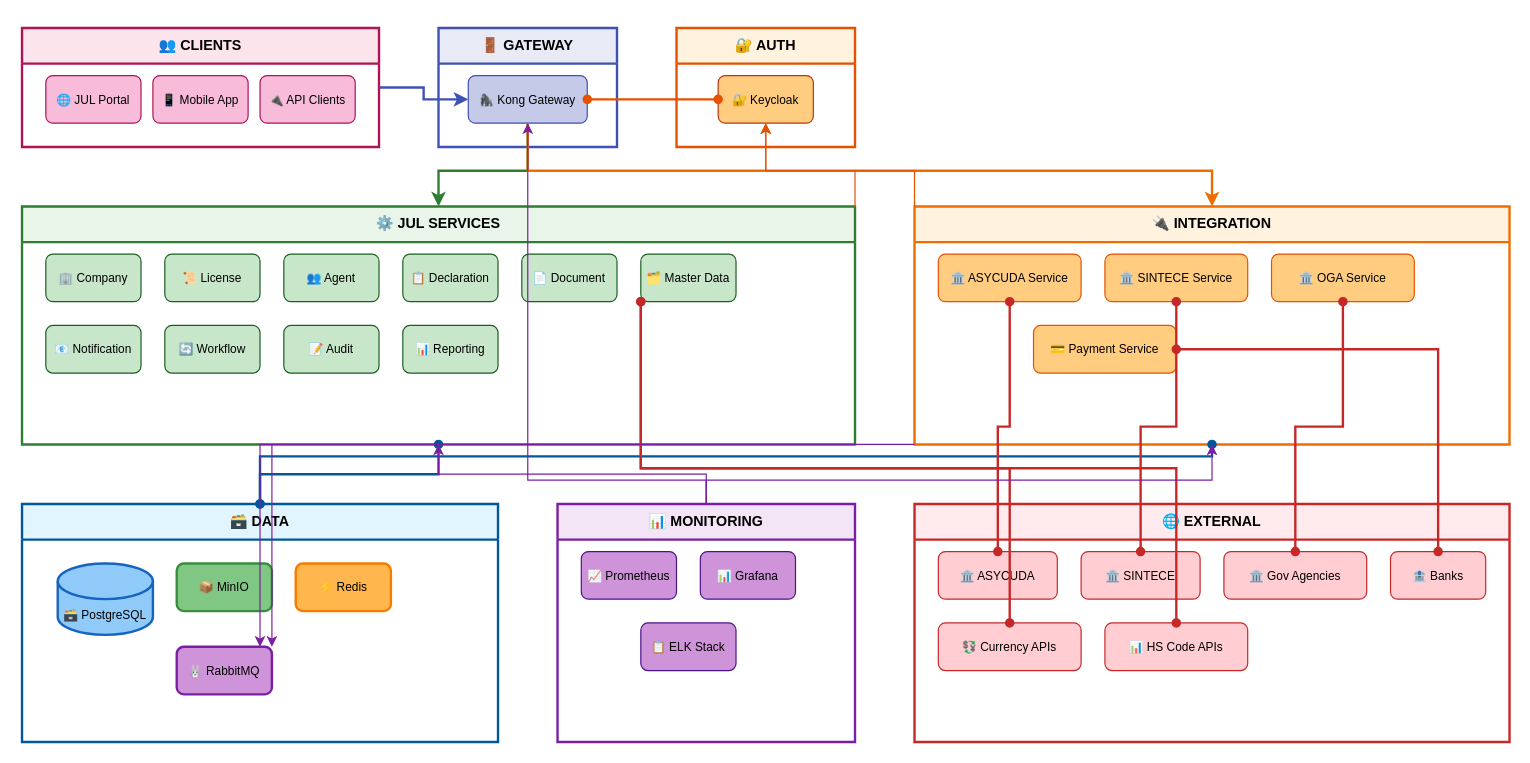
Above: drawio/08_Integration_Architecture.drawio in linoymalakkaran/hld-ango (draw.io), before the change. Source tidied: cells renumbered, new cells numbered last; positions are measured from the earlier drawing's top-left corner, leaving out a move shared by most shapes. Both pictures are drawn from the tidied source at 119%, with x=0, y=0 at pixel (21, 27).
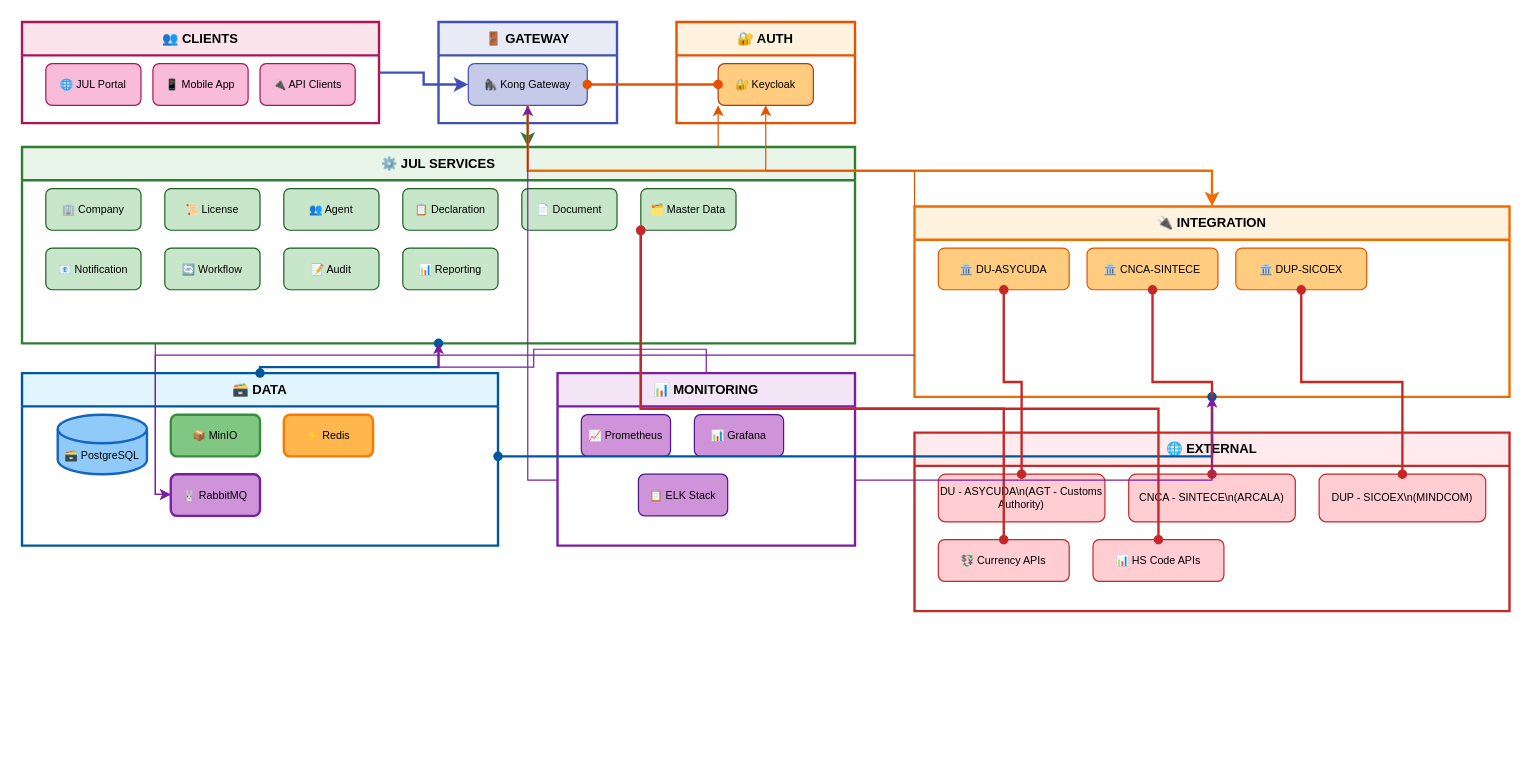
The same diagram, later.

Diff of the diagram source:
```diff
@@
-    <mxCell id="2" value="👥 CLIENTS" style="swimlane;whiteSpace=wrap;html=1;fillColor=#fce4ec;strokeColor=#ad1457;strokeWidth=2;fontStyle=1;fontSize=12;startSize=30;" parent="1" vertex="1">
-      <mxGeometry width="300" height="100" as="geometry" />
+    <mxCell id="2" value="👥 CLIENTS" style="swimlane;whiteSpace=wrap;html=1;fillColor=#fce4ec;strokeColor=#ad1457;strokeWidth=2;fontStyle=1;fontSize=11;startSize=28;" parent="1" vertex="1">
+      <mxGeometry y="-5" width="300" height="85" as="geometry" />
     </mxCell>
-    <mxCell id="3" value="🌐 JUL Portal" style="rounded=1;whiteSpace=wrap;html=1;fillColor=#f8bbd9;strokeColor=#ad1457;strokeWidth=1;fontSize=10;" parent="2" vertex="1">
-      <mxGeometry x="20" y="40" width="80" height="40" as="geometry" />
+    <mxCell id="3" value="🌐 JUL Portal" style="rounded=1;whiteSpace=wrap;html=1;fillColor=#f8bbd9;strokeColor=#ad1457;strokeWidth=1;fontSize=9;" parent="2" vertex="1">
+      <mxGeometry x="20" y="35" width="80" height="35" as="geometry" />
     </mxCell>
-    <mxCell id="4" value="📱 Mobile App" style="rounded=1;whiteSpace=wrap;html=1;fillColor=#f8bbd9;strokeColor=#ad1457;strokeWidth=1;fontSize=10;" parent="2" vertex="1">
-      <mxGeometry x="110" y="40" width="80" height="40" as="geometry" />
+    <mxCell id="4" value="📱 Mobile App" style="rounded=1;whiteSpace=wrap;html=1;fillColor=#f8bbd9;strokeColor=#ad1457;strokeWidth=1;fontSize=9;" parent="2" vertex="1">
+      <mxGeometry x="110" y="35" width="80" height="35" as="geometry" />
     </mxCell>
-    <mxCell id="5" value="🔌 API Clients" style="rounded=1;whiteSpace=wrap;html=1;fillColor=#f8bbd9;strokeColor=#ad1457;strokeWidth=1;fontSize=10;" parent="2" vertex="1">
-      <mxGeometry x="200" y="40" width="80" height="40" as="geometry" />
+    <mxCell id="5" value="🔌 API Clients" style="rounded=1;whiteSpace=wrap;html=1;fillColor=#f8bbd9;strokeColor=#ad1457;strokeWidth=1;fontSize=9;" parent="2" vertex="1">
+      <mxGeometry x="200" y="35" width="80" height="35" as="geometry" />
     </mxCell>
-    <mxCell id="6" value="🚪 GATEWAY" style="swimlane;whiteSpace=wrap;html=1;fillColor=#e8eaf6;strokeColor=#3f51b5;strokeWidth=2;fontStyle=1;fontSize=12;startSize=30;" parent="1" vertex="1">
-      <mxGeometry x="350" width="150" height="100" as="geometry" />
+    <mxCell id="6" value="🚪 GATEWAY" style="swimlane;whiteSpace=wrap;html=1;fillColor=#e8eaf6;strokeColor=#3f51b5;strokeWidth=2;fontStyle=1;fontSize=11;startSize=28;" parent="1" vertex="1">
+      <mxGeometry x="350" y="-5" width="150" height="85" as="geometry" />
     </mxCell>
-    <mxCell id="7" value="🦍 Kong Gateway" style="rounded=1;whiteSpace=wrap;html=1;fillColor=#c5cae9;strokeColor=#3f51b5;strokeWidth=1;fontSize=10;" parent="6" vertex="1">
-      <mxGeometry x="25" y="40" width="100" height="40" as="geometry" />
+    <mxCell id="7" value="🦍 Kong Gateway" style="rounded=1;whiteSpace=wrap;html=1;fillColor=#c5cae9;strokeColor=#3f51b5;strokeWidth=1;fontSize=9;" parent="6" vertex="1">
+      <mxGeometry x="25" y="35" width="100" height="35" as="geometry" />
     </mxCell>
-    <mxCell id="8" value="🔐 AUTH" style="swimlane;whiteSpace=wrap;html=1;fillColor=#fff3e0;strokeColor=#e65100;strokeWidth=2;fontStyle=1;fontSize=12;startSize=30;" parent="1" vertex="1">
-      <mxGeometry x="550" width="150" height="100" as="geometry" />
+    <mxCell id="8" value="🔐 AUTH" style="swimlane;whiteSpace=wrap;html=1;fillColor=#fff3e0;strokeColor=#e65100;strokeWidth=2;fontStyle=1;fontSize=11;startSize=28;" parent="1" vertex="1">
+      <mxGeometry x="550" y="-5" width="150" height="85" as="geometry" />
     </mxCell>
-    <mxCell id="9" value="🔐 Keycloak" style="rounded=1;whiteSpace=wrap;html=1;fillColor=#ffcc80;strokeColor=#bf360c;strokeWidth=1;fontSize=10;" parent="8" vertex="1">
-      <mxGeometry x="35" y="40" width="80" height="40" as="geometry" />
+    <mxCell id="9" value="🔐 Keycloak" style="rounded=1;whiteSpace=wrap;html=1;fillColor=#ffcc80;strokeColor=#bf360c;strokeWidth=1;fontSize=9;" parent="8" vertex="1">
+      <mxGeometry x="35" y="35" width="80" height="35" as="geometry" />
     </mxCell>
-    <mxCell id="10" value="⚙️ JUL SERVICES" style="swimlane;whiteSpace=wrap;html=1;fillColor=#e8f5e8;strokeColor=#2e7d32;strokeWidth=2;fontStyle=1;fontSize=12;startSize=30;" parent="1" vertex="1">
-      <mxGeometry y="150" width="700" height="200" as="geometry" />
+    <mxCell id="10" value="⚙️ JUL SERVICES" style="swimlane;whiteSpace=wrap;html=1;fillColor=#e8f5e8;strokeColor=#2e7d32;strokeWidth=2;fontStyle=1;fontSize=11;startSize=28;" parent="1" vertex="1">
+      <mxGeometry y="100" width="700" height="165" as="geometry" />
     </mxCell>
-    <mxCell id="11" value="🏢 Company" style="rounded=1;whiteSpace=wrap;html=1;fillColor=#c8e6c9;strokeColor=#1b5e20;strokeWidth=1;fontSize=10;" parent="10" vertex="1">
-      <mxGeometry x="20" y="40" width="80" height="40" as="geometry" />
+    <mxCell id="11" value="🏢 Company" style="rounded=1;whiteSpace=wrap;html=1;fillColor=#c8e6c9;strokeColor=#1b5e20;strokeWidth=1;fontSize=9;" parent="10" vertex="1">
+      <mxGeometry x="20" y="35" width="80" height="35" as="geometry" />
     </mxCell>
-    <mxCell id="12" value="📜 License" style="rounded=1;whiteSpace=wrap;html=1;fillColor=#c8e6c9;strokeColor=#1b5e20;strokeWidth=1;fontSize=10;" parent="10" vertex="1">
-      <mxGeometry x="120" y="40" width="80" height="40" as="geometry" />
+    <mxCell id="12" value="📜 License" style="rounded=1;whiteSpace=wrap;html=1;fillColor=#c8e6c9;strokeColor=#1b5e20;strokeWidth=1;fontSize=9;" parent="10" vertex="1">
+      <mxGeometry x="120" y="35" width="80" height="35" as="geometry" />
     </mxCell>
-    <mxCell id="13" value="👥 Agent" style="rounded=1;whiteSpace=wrap;html=1;fillColor=#c8e6c9;strokeColor=#1b5e20;strokeWidth=1;fontSize=10;" parent="10" vertex="1">
-      <mxGeometry x="220" y="40" width="80" height="40" as="geometry" />
+    <mxCell id="13" value="👥 Agent" style="rounded=1;whiteSpace=wrap;html=1;fillColor=#c8e6c9;strokeColor=#1b5e20;strokeWidth=1;fontSize=9;" parent="10" vertex="1">
+      <mxGeometry x="220" y="35" width="80" height="35" as="geometry" />
     </mxCell>
-    <mxCell id="14" value="📋 Declaration" style="rounded=1;whiteSpace=wrap;html=1;fillColor=#c8e6c9;strokeColor=#1b5e20;strokeWidth=1;fontSize=10;" parent="10" vertex="1">
-      <mxGeometry x="320" y="40" width="80" height="40" as="geometry" />
+    <mxCell id="14" value="📋 Declaration" style="rounded=1;whiteSpace=wrap;html=1;fillColor=#c8e6c9;strokeColor=#1b5e20;strokeWidth=1;fontSize=9;" parent="10" vertex="1">
+      <mxGeometry x="320" y="35" width="80" height="35" as="geometry" />
     </mxCell>
-    <mxCell id="15" value="📄 Document" style="rounded=1;whiteSpace=wrap;html=1;fillColor=#c8e6c9;strokeColor=#1b5e20;strokeWidth=1;fontSize=10;" parent="10" vertex="1">
-      <mxGeometry x="420" y="40" width="80" height="40" as="geometry" />
+    <mxCell id="15" value="📄 Document" style="rounded=1;whiteSpace=wrap;html=1;fillColor=#c8e6c9;strokeColor=#1b5e20;strokeWidth=1;fontSize=9;" parent="10" vertex="1">
+      <mxGeometry x="420" y="35" width="80" height="35" as="geometry" />
     </mxCell>
-    <mxCell id="16" value="🗂️ Master Data" style="rounded=1;whiteSpace=wrap;html=1;fillColor=#c8e6c9;strokeColor=#1b5e20;strokeWidth=1;fontSize=10;" parent="10" vertex="1">
-      <mxGeometry x="520" y="40" width="80" height="40" as="geometry" />
+    <mxCell id="16" value="🗂️ Master Data" style="rounded=1;whiteSpace=wrap;html=1;fillColor=#c8e6c9;strokeColor=#1b5e20;strokeWidth=1;fontSize=9;" parent="10" vertex="1">
+      <mxGeometry x="520" y="35" width="80" height="35" as="geometry" />
     </mxCell>
-    <mxCell id="17" value="📧 Notification" style="rounded=1;whiteSpace=wrap;html=1;fillColor=#c8e6c9;strokeColor=#1b5e20;strokeWidth=1;fontSize=10;" parent="10" vertex="1">
-      <mxGeometry x="20" y="100" width="80" height="40" as="geometry" />
+    <mxCell id="17" value="📧 Notification" style="rounded=1;whiteSpace=wrap;html=1;fillColor=#c8e6c9;strokeColor=#1b5e20;strokeWidth=1;fontSize=9;" parent="10" vertex="1">
+      <mxGeometry x="20" y="85" width="80" height="35" as="geometry" />
     </mxCell>
-    <mxCell id="18" value="🔄 Workflow" style="rounded=1;whiteSpace=wrap;html=1;fillColor=#c8e6c9;strokeColor=#1b5e20;strokeWidth=1;fontSize=10;" parent="10" vertex="1">
-      <mxGeometry x="120" y="100" width="80" height="40" as="geometry" />
+    <mxCell id="18" value="🔄 Workflow" style="rounded=1;whiteSpace=wrap;html=1;fillColor=#c8e6c9;strokeColor=#1b5e20;strokeWidth=1;fontSize=9;" parent="10" vertex="1">
+      <mxGeometry x="120" y="85" width="80" height="35" as="geometry" />
     </mxCell>
-    <mxCell id="19" value="📝 Audit" style="rounded=1;whiteSpace=wrap;html=1;fillColor=#c8e6c9;strokeColor=#1b5e20;strokeWidth=1;fontSize=10;" parent="10" vertex="1">
-      <mxGeometry x="220" y="100" width="80" height="40" as="geometry" />
+    <mxCell id="19" value="📝 Audit" style="rounded=1;whiteSpace=wrap;html=1;fillColor=#c8e6c9;strokeColor=#1b5e20;strokeWidth=1;fontSize=9;" parent="10" vertex="1">
+      <mxGeometry x="220" y="85" width="80" height="35" as="geometry" />
     </mxCell>
-    <mxCell id="20" value="📊 Reporting" style="rounded=1;whiteSpace=wrap;html=1;fillColor=#c8e6c9;strokeColor=#1b5e20;strokeWidth=1;fontSize=10;" parent="10" vertex="1">
-      <mxGeometry x="320" y="100" width="80" height="40" as="geometry" />
+    <mxCell id="20" value="📊 Reporting" style="rounded=1;whiteSpace=wrap;html=1;fillColor=#c8e6c9;strokeColor=#1b5e20;strokeWidth=1;fontSize=9;" parent="10" vertex="1">
+      <mxGeometry x="320" y="85" width="80" height="35" as="geometry" />
     </mxCell>
-    <mxCell id="21" value="🔌 INTEGRATION" style="swimlane;whiteSpace=wrap;html=1;fillColor=#fff3e0;strokeColor=#ef6c00;strokeWidth=2;fontStyle=1;fontSize=12;startSize=30;" parent="1" vertex="1">
-      <mxGeometry x="750" y="150" width="500" height="200" as="geometry" />
+    <mxCell id="21" value="🔌 INTEGRATION" style="swimlane;whiteSpace=wrap;html=1;fillColor=#fff3e0;strokeColor=#ef6c00;strokeWidth=2;fontStyle=1;fontSize=11;startSize=28;" parent="1" vertex="1">
+      <mxGeometry x="750" y="150" width="500" height="160" as="geometry" />
     </mxCell>
-    <mxCell id="22" value="🏛️ ASYCUDA Service" style="rounded=1;whiteSpace=wrap;html=1;fillColor=#ffcc80;strokeColor=#e65100;strokeWidth=1;fontSize=10;" parent="21" vertex="1">
-      <mxGeometry x="20" y="40" width="120" height="40" as="geometry" />
+    <mxCell id="22" value="🏛️ DU-ASYCUDA" style="rounded=1;whiteSpace=wrap;html=1;fillColor=#ffcc80;strokeColor=#e65100;strokeWidth=1;fontSize=9;" parent="21" vertex="1">
+      <mxGeometry x="20" y="35" width="110" height="35" as="geometry" />
     </mxCell>
-    <mxCell id="23" value="🏛️ SINTECE Service" style="rounded=1;whiteSpace=wrap;html=1;fillColor=#ffcc80;strokeColor=#e65100;strokeWidth=1;fontSize=10;" parent="21" vertex="1">
-      <mxGeometry x="160" y="40" width="120" height="40" as="geometry" />
+    <mxCell id="23" value="🏛️ CNCA-SINTECE" style="rounded=1;whiteSpace=wrap;html=1;fillColor=#ffcc80;strokeColor=#e65100;strokeWidth=1;fontSize=9;" parent="21" vertex="1">
+      <mxGeometry x="145" y="35" width="110" height="35" as="geometry" />
     </mxCell>
-    <mxCell id="24" value="🏛️ OGA Service" style="rounded=1;whiteSpace=wrap;html=1;fillColor=#ffcc80;strokeColor=#e65100;strokeWidth=1;fontSize=10;" parent="21" vertex="1">
-      <mxGeometry x="300" y="40" width="120" height="40" as="geometry" />
+    <mxCell id="24" value="🏛️ DUP-SICOEX" style="rounded=1;whiteSpace=wrap;html=1;fillColor=#ffcc80;strokeColor=#e65100;strokeWidth=1;fontSize=9;" parent="21" vertex="1">
+      <mxGeometry x="270" y="35" width="110" height="35" as="geometry" />
     </mxCell>
-    <mxCell id="25" value="💳 Payment Service" style="rounded=1;whiteSpace=wrap;html=1;fillColor=#ffcc80;strokeColor=#e65100;strokeWidth=1;fontSize=10;" parent="21" vertex="1">
-      <mxGeometry x="100" y="100" width="120" height="40" as="geometry" />
-    </mxCell>
-    <mxCell id="26" value="🌐 EXTERNAL" style="swimlane;whiteSpace=wrap;html=1;fillColor=#ffebee;strokeColor=#c62828;strokeWidth=2;fontStyle=1;fontSize=12;startSize=30;" parent="1" vertex="1">
-      <mxGeometry x="750" y="400" width="500" height="200" as="geometry" />
+    <mxCell id="26" value="🌐 EXTERNAL" style="swimlane;whiteSpace=wrap;html=1;fillColor=#ffebee;strokeColor=#c62828;strokeWidth=2;fontStyle=1;fontSize=11;startSize=28;" parent="1" vertex="1">
+      <mxGeometry x="750" y="340" width="500" height="150" as="geometry" />
     </mxCell>
-    <mxCell id="27" value="🏛️ ASYCUDA" style="rounded=1;whiteSpace=wrap;html=1;fillColor=#ffcdd2;strokeColor=#c62828;strokeWidth=1;fontSize=10;" parent="26" vertex="1">
-      <mxGeometry x="20" y="40" width="100" height="40" as="geometry" />
+    <mxCell id="27" value="DU - ASYCUDA\n(AGT - Customs Authority)" style="rounded=1;whiteSpace=wrap;html=1;fillColor=#ffcdd2;strokeColor=#c62828;strokeWidth=1;fontSize=9;" parent="26" vertex="1">
+      <mxGeometry x="20" y="35" width="140" height="40" as="geometry" />
     </mxCell>
-    <mxCell id="28" value="🏛️ SINTECE" style="rounded=1;whiteSpace=wrap;html=1;fillColor=#ffcdd2;strokeColor=#c62828;strokeWidth=1;fontSize=10;" parent="26" vertex="1">
-      <mxGeometry x="140" y="40" width="100" height="40" as="geometry" />
+    <mxCell id="28" value="CNCA - SINTECE\n(ARCALA)" style="rounded=1;whiteSpace=wrap;html=1;fillColor=#ffcdd2;strokeColor=#c62828;strokeWidth=1;fontSize=9;" parent="26" vertex="1">
+      <mxGeometry x="180" y="35" width="140" height="40" as="geometry" />
     </mxCell>
-    <mxCell id="29" value="🏛️ Gov Agencies" style="rounded=1;whiteSpace=wrap;html=1;fillColor=#ffcdd2;strokeColor=#c62828;strokeWidth=1;fontSize=10;" parent="26" vertex="1">
-      <mxGeometry x="260" y="40" width="120" height="40" as="geometry" />
+    <mxCell id="29" value="DUP - SICOEX\n(MINDCOM)" style="rounded=1;whiteSpace=wrap;html=1;fillColor=#ffcdd2;strokeColor=#c62828;strokeWidth=1;fontSize=9;" parent="26" vertex="1">
+      <mxGeometry x="340" y="35" width="140" height="40" as="geometry" />
     </mxCell>
-    <mxCell id="30" value="🏦 Banks" style="rounded=1;whiteSpace=wrap;html=1;fillColor=#ffcdd2;strokeColor=#c62828;strokeWidth=1;fontSize=10;" parent="26" vertex="1">
-      <mxGeometry x="400" y="40" width="80" height="40" as="geometry" />
-    </mxCell>
-    <mxCell id="31" value="💱 Currency APIs" style="rounded=1;whiteSpace=wrap;html=1;fillColor=#ffcdd2;strokeColor=#c62828;strokeWidth=1;fontSize=10;" parent="26" vertex="1">
-      <mxGeometry x="20" y="100" width="120" height="40" as="geometry" />
+    <mxCell id="31" value="💱 Currency APIs" style="rounded=1;whiteSpace=wrap;html=1;fillColor=#ffcdd2;strokeColor=#c62828;strokeWidth=1;fontSize=9;" parent="26" vertex="1">
+      <mxGeometry x="20" y="90" width="110" height="35" as="geometry" />
     </mxCell>
-    <mxCell id="32" value="📊 HS Code APIs" style="rounded=1;whiteSpace=wrap;html=1;fillColor=#ffcdd2;strokeColor=#c62828;strokeWidth=1;fontSize=10;" parent="26" vertex="1">
-      <mxGeometry x="160" y="100" width="120" height="40" as="geometry" />
+    <mxCell id="32" value="📊 HS Code APIs" style="rounded=1;whiteSpace=wrap;html=1;fillColor=#ffcdd2;strokeColor=#c62828;strokeWidth=1;fontSize=9;" parent="26" vertex="1">
+      <mxGeometry x="150" y="90" width="110" height="35" as="geometry" />
     </mxCell>
-    <mxCell id="33" value="🗃️ DATA" style="swimlane;whiteSpace=wrap;html=1;fillColor=#e1f5fe;strokeColor=#01579b;strokeWidth=2;fontStyle=1;fontSize=12;startSize=30;" parent="1" vertex="1">
-      <mxGeometry y="400" width="400" height="200" as="geometry" />
+    <mxCell id="33" value="🗃️ DATA" style="swimlane;whiteSpace=wrap;html=1;fillColor=#e1f5fe;strokeColor=#01579b;strokeWidth=2;fontStyle=1;fontSize=11;startSize=28;" parent="1" vertex="1">
+      <mxGeometry y="290" width="400" height="145" as="geometry" />
     </mxCell>
-    <mxCell id="34" value="🗃️ PostgreSQL" style="shape=cylinder3;whiteSpace=wrap;html=1;boundedLbl=1;backgroundOutline=1;size=15;fillColor=#90caf9;strokeColor=#1565c0;strokeWidth=2;fontSize=10;" parent="33" vertex="1">
-      <mxGeometry x="30" y="50" width="80" height="60" as="geometry" />
+    <mxCell id="34" value="🗃️ PostgreSQL" style="shape=cylinder3;whiteSpace=wrap;html=1;boundedLbl=1;backgroundOutline=1;size=12;fillColor=#90caf9;strokeColor=#1565c0;strokeWidth=2;fontSize=9;" parent="33" vertex="1">
+      <mxGeometry x="30" y="35" width="75" height="50" as="geometry" />
     </mxCell>
-    <mxCell id="35" value="📦 MinIO" style="rounded=1;whiteSpace=wrap;html=1;fillColor=#81c784;strokeColor=#388e3c;strokeWidth=2;fontSize=10;" parent="33" vertex="1">
-      <mxGeometry x="130" y="50" width="80" height="40" as="geometry" />
+    <mxCell id="35" value="📦 MinIO" style="rounded=1;whiteSpace=wrap;html=1;fillColor=#81c784;strokeColor=#388e3c;strokeWidth=2;fontSize=9;" parent="33" vertex="1">
+      <mxGeometry x="125" y="35" width="75" height="35" as="geometry" />
     </mxCell>
-    <mxCell id="36" value="⚡ Redis" style="rounded=1;whiteSpace=wrap;html=1;fillColor=#ffb74d;strokeColor=#f57c00;strokeWidth=2;fontSize=10;" parent="33" vertex="1">
-      <mxGeometry x="230" y="50" width="80" height="40" as="geometry" />
+    <mxCell id="36" value="⚡ Redis" style="rounded=1;whiteSpace=wrap;html=1;fillColor=#ffb74d;strokeColor=#f57c00;strokeWidth=2;fontSize=9;" parent="33" vertex="1">
+      <mxGeometry x="220" y="35" width="75" height="35" as="geometry" />
     </mxCell>
-    <mxCell id="37" value="🐰 RabbitMQ" style="rounded=1;whiteSpace=wrap;html=1;fillColor=#ce93d8;strokeColor=#7b1fa2;strokeWidth=2;fontSize=10;" parent="33" vertex="1">
-      <mxGeometry x="130" y="120" width="80" height="40" as="geometry" />
+    <mxCell id="37" value="🐰 RabbitMQ" style="rounded=1;whiteSpace=wrap;html=1;fillColor=#ce93d8;strokeColor=#7b1fa2;strokeWidth=2;fontSize=9;" parent="33" vertex="1">
+      <mxGeometry x="125" y="85" width="75" height="35" as="geometry" />
     </mxCell>
-    <mxCell id="38" value="📊 MONITORING" style="swimlane;whiteSpace=wrap;html=1;fillColor=#f3e5f5;strokeColor=#7b1fa2;strokeWidth=2;fontStyle=1;fontSize=12;startSize=30;" parent="1" vertex="1">
-      <mxGeometry x="450" y="400" width="250" height="200" as="geometry" />
+    <mxCell id="38" value="📊 MONITORING" style="swimlane;whiteSpace=wrap;html=1;fillColor=#f3e5f5;strokeColor=#7b1fa2;strokeWidth=2;fontStyle=1;fontSize=11;startSize=28;" parent="1" vertex="1">
+      <mxGeometry x="450" y="290" width="250" height="145" as="geometry" />
     </mxCell>
-    <mxCell id="39" value="📈 Prometheus" style="rounded=1;whiteSpace=wrap;html=1;fillColor=#ce93d8;strokeColor=#4a148c;strokeWidth=1;fontSize=10;" parent="38" vertex="1">
-      <mxGeometry x="20" y="40" width="80" height="40" as="geometry" />
+    <mxCell id="39" value="📈 Prometheus" style="rounded=1;whiteSpace=wrap;html=1;fillColor=#ce93d8;strokeColor=#4a148c;strokeWidth=1;fontSize=9;" parent="38" vertex="1">
+      <mxGeometry x="20" y="35" width="75" height="35" as="geometry" />
     </mxCell>
-    <mxCell id="40" value="📊 Grafana" style="rounded=1;whiteSpace=wrap;html=1;fillColor=#ce93d8;strokeColor=#4a148c;strokeWidth=1;fontSize=10;" parent="38" vertex="1">
-      <mxGeometry x="120" y="40" width="80" height="40" as="geometry" />
+    <mxCell id="40" value="📊 Grafana" style="rounded=1;whiteSpace=wrap;html=1;fillColor=#ce93d8;strokeColor=#4a148c;strokeWidth=1;fontSize=9;" parent="38" vertex="1">
+      <mxGeometry x="115" y="35" width="75" height="35" as="geometry" />
     </mxCell>
-    <mxCell id="41" value="📋 ELK Stack" style="rounded=1;whiteSpace=wrap;html=1;fillColor=#ce93d8;strokeColor=#4a148c;strokeWidth=1;fontSize=10;" parent="38" vertex="1">
-      <mxGeometry x="70" y="100" width="80" height="40" as="geometry" />
+    <mxCell id="41" value="📋 ELK Stack" style="rounded=1;whiteSpace=wrap;html=1;fillColor=#ce93d8;strokeColor=#4a148c;strokeWidth=1;fontSize=9;" parent="38" vertex="1">
+      <mxGeometry x="68" y="85" width="75" height="35" as="geometry" />
     </mxCell>
@@
-    <mxCell id="51" style="edgeStyle=orthogonalEdgeStyle;rounded=0;jettySize=auto;html=1;strokeColor=#c62828;strokeWidth=2;endArrow=oval;startArrow=oval;" parent="1" edge="1" source="25" target="30">
-      <mxGeometry relative="1" as="geometry" />
-    </mxCell>
     <mxCell id="52" style="edgeStyle=orthogonalEdgeStyle;rounded=0;jettySize=auto;html=1;strokeColor=#c62828;strokeWidth=2;endArrow=oval;startArrow=oval;" parent="1" edge="1" source="16" target="31">
       <mxGeometry relative="1" as="geometry">
         <Array as="points">
-          <mxPoint x="520" y="230" />
-          <mxPoint x="520" y="370" />
-          <mxPoint x="830" y="370" />
+          <mxPoint x="520" y="180" />
+          <mxPoint x="520" y="320" />
+          <mxPoint x="825" y="320" />
         </Array>
       </mxGeometry>
     </mxCell>
     <mxCell id="53" style="edgeStyle=orthogonalEdgeStyle;rounded=0;jettySize=auto;html=1;strokeColor=#c62828;strokeWidth=2;endArrow=oval;startArrow=oval;" parent="1" edge="1" source="16" target="32">
       <mxGeometry relative="1" as="geometry">
         <Array as="points">
-          <mxPoint x="520" y="230" />
-          <mxPoint x="520" y="370" />
-          <mxPoint x="970" y="370" />
+          <mxPoint x="520" y="180" />
+          <mxPoint x="520" y="320" />
+          <mxPoint x="955" y="320" />
         </Array>
       </mxGeometry>
     </mxCell>
@@
     <mxCell id="59" style="edgeStyle=orthogonalEdgeStyle;rounded=0;jettySize=auto;html=1;strokeColor=#7b1fa2;strokeWidth=1;strokeStyle=dashed;" parent="1" edge="1" source="10" target="37">
       <mxGeometry relative="1" as="geometry">
         <Array as="points">
-          <mxPoint x="200" y="350" />
-          <mxPoint x="200" y="540" />
+          <mxPoint x="112" y="265" />
+          <mxPoint x="112" y="392" />
         </Array>
       </mxGeometry>
     </mxCell>
     <mxCell id="60" style="edgeStyle=orthogonalEdgeStyle;rounded=0;jettySize=auto;html=1;strokeColor=#7b1fa2;strokeWidth=1;strokeStyle=dashed;" parent="1" edge="1" source="21" target="37">
       <mxGeometry relative="1" as="geometry">
         <Array as="points">
-          <mxPoint x="750" y="350" />
-          <mxPoint x="200" y="350" />
-          <mxPoint x="200" y="540" />
+          <mxPoint x="750" y="275" />
+          <mxPoint x="112" y="275" />
+          <mxPoint x="112" y="392" />
         </Array>
       </mxGeometry>
     </mxCell>
```
